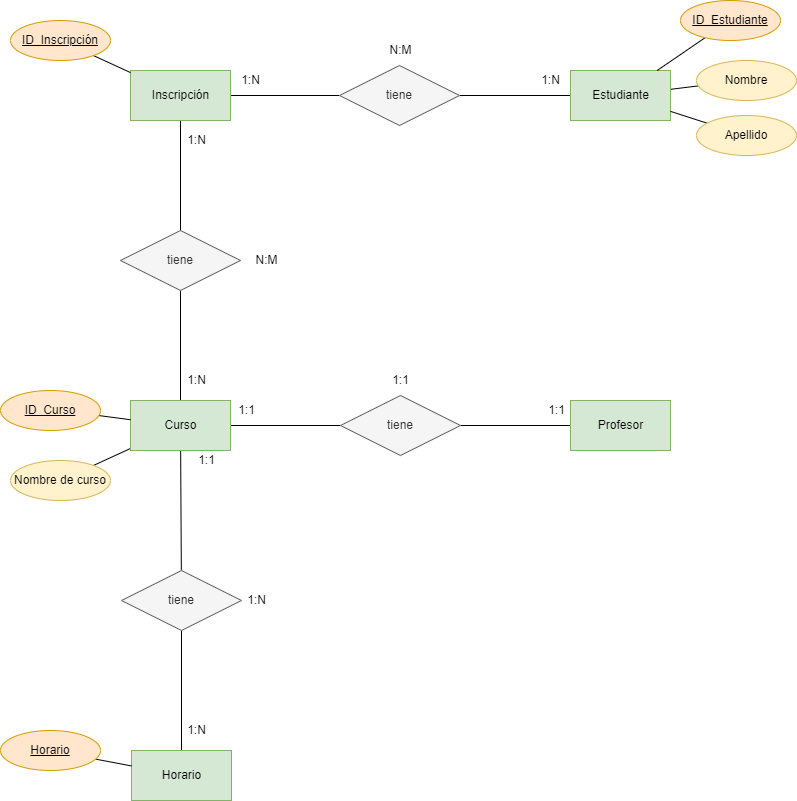
ManuelsDAM/base-datos keeps this draw.io diagram as tareas/unidad-3/tarea-6/imágenes/ejercicio5.drawio.png. Above is the earlier version. Source tidied: cells renumbered, new cells last; positions are measured from the earlier drawing's top-left corner, leaving out a move shared by most shapes.
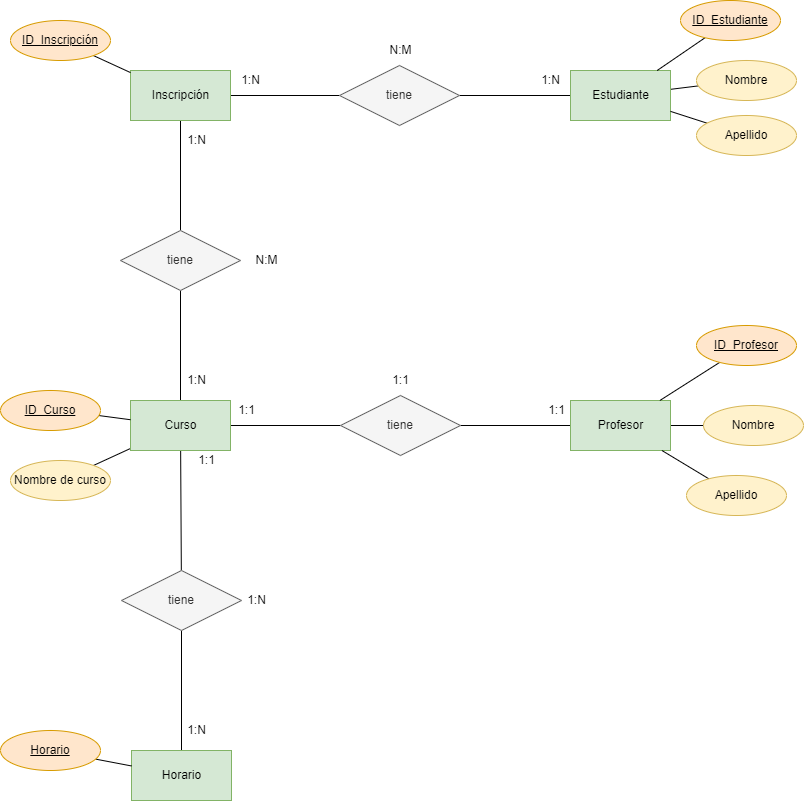
The same file after the commit.

Commit message:
👌 IMPROVE: Cambio en png del ejercicio 5

The edit, as a diff of the source:
```diff
@@ -95,6 +95,9 @@
     <mxCell id="32" value="tiene" style="shape=rhombus;perimeter=rhombusPerimeter;whiteSpace=wrap;html=1;align=center;fillColor=#f5f5f5;fontColor=#333333;strokeColor=#666666;" parent="1" vertex="1">
       <mxGeometry x="340" y="395" width="120" height="60" as="geometry" />
     </mxCell>
+    <mxCell id="45" style="edgeStyle=none;rounded=0;html=1;endArrow=none;endFill=0;" parent="1" edge="1" source="33" target="48">
+      <mxGeometry relative="1" as="geometry" />
+    </mxCell>
     <mxCell id="33" value="Profesor" style="html=1;dashed=0;whitespace=wrap;fillColor=#d5e8d4;strokeColor=#82b366;" parent="1" vertex="1">
       <mxGeometry x="570" y="400" width="100" height="50" as="geometry" />
     </mxCell>
@@ -131,5 +134,20 @@
     <mxCell id="44" value="1:1" style="text;html=1;align=center;verticalAlign=middle;strokeColor=none;fillColor=none;" parent="1" vertex="1">
       <mxGeometry x="380" y="365" width="40" height="30" as="geometry" />
     </mxCell>
+    <mxCell id="46" style="edgeStyle=none;rounded=0;html=1;endArrow=none;endFill=0;" parent="1" edge="1" source="47" target="33">
+      <mxGeometry relative="1" as="geometry" />
+    </mxCell>
+    <mxCell id="47" value="ID_Profesor" style="ellipse;whiteSpace=wrap;html=1;align=center;fontStyle=4;fillColor=#ffe6cc;strokeColor=#d79b00;" parent="1" vertex="1">
+      <mxGeometry x="696" y="325" width="100" height="40" as="geometry" />
+    </mxCell>
+    <mxCell id="48" value="Nombre" style="ellipse;whiteSpace=wrap;html=1;align=center;fillColor=#fff2cc;strokeColor=#d6b656;" parent="1" vertex="1">
+      <mxGeometry x="703" y="405" width="100" height="40" as="geometry" />
+    </mxCell>
+    <mxCell id="49" style="edgeStyle=none;rounded=0;html=1;endArrow=none;endFill=0;" parent="1" edge="1" source="50" target="33">
+      <mxGeometry relative="1" as="geometry" />
+    </mxCell>
+    <mxCell id="50" value="Apellido" style="ellipse;whiteSpace=wrap;html=1;align=center;fillColor=#fff2cc;strokeColor=#d6b656;" parent="1" vertex="1">
+      <mxGeometry x="686" y="475" width="100" height="40" as="geometry" />
+    </mxCell>
   </root>
 </mxGraphModel>
```
